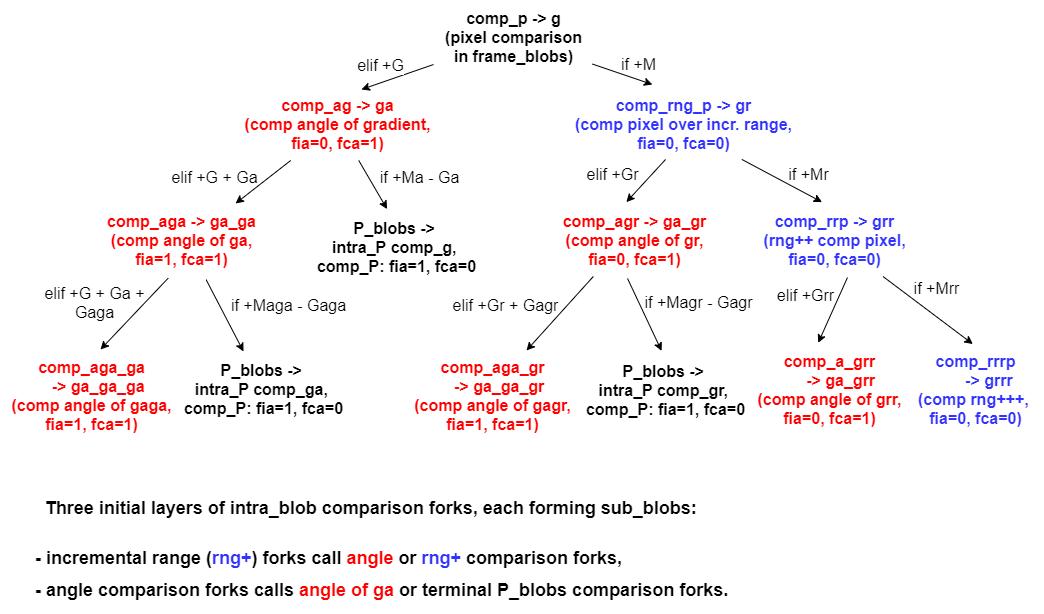
Above: frame_2D_alg/Illustrations/intra_blob_scheme.png in boris-kz/CogAlg (draw.io), before the change. Source tidied: cells renumbered, new cells last; positions are measured from the earlier drawing's top-left corner, leaving out a move shared by most shapes.
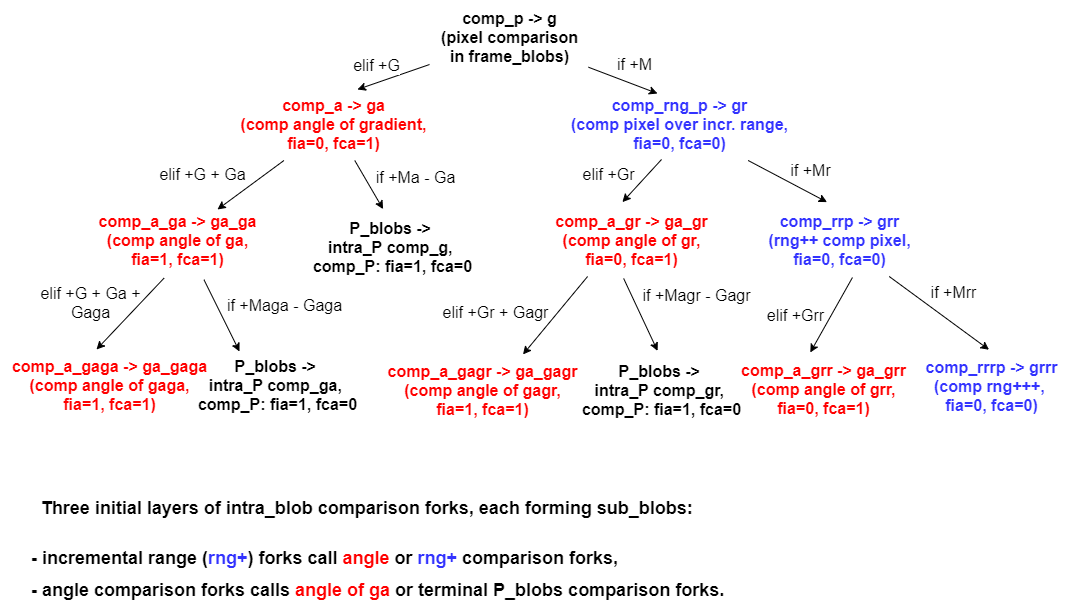
The same diagram one commit later.

What changed in the source:
```diff
@@ -13,20 +13,22 @@
         <mxPoint x="-22.6" y="-8.7" as="offset" />
       </mxGeometry>
     </mxCell>
-    <mxCell id="5" style="endArrow=classic;html=1;entryX=0.372;entryY=-0.041;entryDx=0;entryDy=0;entryPerimeter=0;strokeWidth=1;fontSize=16;fontColor=#000000;spacing=6;" parent="1" edge="1" source="2" target="6">
-      <mxGeometry relative="1" as="geometry" />
+    <mxCell id="5" style="endArrow=classic;html=1;strokeWidth=1;fontSize=16;fontColor=#000000;spacing=6;" parent="1" edge="1" source="2">
+      <mxGeometry relative="1" as="geometry">
+        <mxPoint x="661" y="93" as="targetPoint" />
+      </mxGeometry>
     </mxCell>
     <mxCell id="6" value="&lt;font style=&quot;font-size: 16px&quot;&gt;&lt;b style=&quot;font-size: 16px&quot;&gt;&lt;span style=&quot;font-size: 16px ; background-color: rgb(255 , 255 , 255)&quot;&gt;&lt;font color=&quot;#3333ff&quot;&gt;comp_rng_p -&amp;gt; gr&lt;br style=&quot;font-size: 16px&quot;&gt;(comp pixel over incr. range,&lt;br&gt;fia=0, fca=0)&lt;/font&gt;&lt;/span&gt;&lt;br style=&quot;font-size: 16px&quot;&gt;&lt;/b&gt;&lt;/font&gt;" style="text;html=1;align=center;verticalAlign=middle;points=[];strokeWidth=1;fontSize=16;fontColor=#000000;spacing=6;" parent="1" vertex="1">
       <mxGeometry x="563" y="87" width="239" height="73" as="geometry" />
     </mxCell>
-    <mxCell id="7" value="&lt;b style=&quot;font-size: 16px&quot;&gt;&lt;font style=&quot;font-size: 16px&quot;&gt;&lt;span style=&quot;font-size: 16px ; background-color: rgb(255 , 255 , 255)&quot;&gt;&lt;font color=&quot;#ff0000&quot;&gt;comp_ag -&amp;gt; ga&lt;br style=&quot;font-size: 16px&quot;&gt;(comp angle of gradient,&lt;br&gt;fia=0, fca=1)&lt;/font&gt;&lt;/span&gt;&lt;br style=&quot;font-size: 16px&quot;&gt;&lt;/font&gt;&lt;/b&gt;" style="text;html=1;align=center;verticalAlign=middle;points=[];strokeWidth=1;fontSize=16;fontColor=#000000;spacing=6;" parent="1" vertex="1">
+    <mxCell id="7" value="&lt;b style=&quot;font-size: 16px&quot;&gt;&lt;font style=&quot;font-size: 16px&quot;&gt;&lt;span style=&quot;font-size: 16px ; background-color: rgb(255 , 255 , 255)&quot;&gt;&lt;font color=&quot;#ff0000&quot;&gt;comp_a -&amp;gt; ga&lt;br style=&quot;font-size: 16px&quot;&gt;(comp angle of gradient,&lt;br&gt;fia=0, fca=1)&lt;/font&gt;&lt;/span&gt;&lt;br style=&quot;font-size: 16px&quot;&gt;&lt;/font&gt;&lt;/b&gt;" style="text;html=1;align=center;verticalAlign=middle;points=[];strokeWidth=1;fontSize=16;fontColor=#000000;spacing=6;" parent="1" vertex="1">
       <mxGeometry x="233" y="87" width="208" height="73" as="geometry" />
     </mxCell>
-    <mxCell id="8" style="endArrow=classic;html=1;strokeWidth=1;fontSize=16;fontColor=#000000;spacing=6;entryX=0.819;entryY=0;entryDx=0;entryDy=0;entryPerimeter=0;" parent="1" edge="1" source="7" target="9">
+    <mxCell id="8" style="endArrow=classic;html=1;strokeWidth=1;fontSize=16;fontColor=#000000;spacing=6;entryX=0.722;entryY=0.082;entryDx=0;entryDy=0;entryPerimeter=0;" parent="1" edge="1" source="7" target="9">
       <mxGeometry relative="1" as="geometry" />
     </mxCell>
-    <mxCell id="9" value="&lt;b style=&quot;font-size: 16px&quot;&gt;&lt;font style=&quot;font-size: 16px&quot;&gt;&lt;span style=&quot;font-size: 16px ; background-color: rgb(255 , 255 , 255)&quot;&gt;&lt;font color=&quot;#ff0000&quot;&gt;comp_aga -&amp;gt; ga_ga&lt;br style=&quot;font-size: 16px&quot;&gt;(comp angle of ga,&lt;br&gt;fia=1, fca=1)&lt;/font&gt;&lt;/span&gt;&lt;br style=&quot;font-size: 16px&quot;&gt;&lt;/font&gt;&lt;/b&gt;" style="text;html=1;align=center;verticalAlign=middle;points=[];strokeWidth=1;fontSize=16;fontColor=#000000;spacing=6;" parent="1" vertex="1">
-      <mxGeometry x="95" y="203" width="171" height="73" as="geometry" />
+    <mxCell id="9" value="&lt;b style=&quot;font-size: 16px&quot;&gt;&lt;font style=&quot;font-size: 16px&quot;&gt;&lt;span style=&quot;font-size: 16px ; background-color: rgb(255 , 255 , 255)&quot;&gt;&lt;font color=&quot;#ff0000&quot;&gt;comp_a_ga -&amp;gt; ga_ga&lt;br style=&quot;font-size: 16px&quot;&gt;(comp angle of ga,&lt;br&gt;fia=1, fca=1)&lt;/font&gt;&lt;/span&gt;&lt;br style=&quot;font-size: 16px&quot;&gt;&lt;/font&gt;&lt;/b&gt;" style="text;html=1;align=center;verticalAlign=middle;points=[];strokeWidth=1;fontSize=16;fontColor=#000000;spacing=6;" parent="1" vertex="1">
+      <mxGeometry x="91" y="203" width="180" height="73" as="geometry" />
     </mxCell>
     <mxCell id="10" style="endArrow=classic;html=1;strokeWidth=1;fontSize=16;fontColor=#000000;spacing=6;entryX=0.448;entryY=-0.019;entryDx=0;entryDy=0;entryPerimeter=0;" parent="1" edge="1" source="7" target="11">
       <mxGeometry relative="1" as="geometry" />
@@ -37,22 +39,22 @@
     <mxCell id="12" style="endArrow=classic;html=1;strokeWidth=1;fontSize=16;fontColor=#000000;spacing=6;entryX=0.451;entryY=-0.019;entryDx=0;entryDy=0;entryPerimeter=0;exitX=0.427;exitY=0.986;exitDx=0;exitDy=0;exitPerimeter=0;" parent="1" edge="1" source="6" target="13">
       <mxGeometry relative="1" as="geometry" />
     </mxCell>
-    <mxCell id="13" value="&lt;b style=&quot;font-size: 16px&quot;&gt;&lt;font style=&quot;font-size: 16px&quot;&gt;&lt;span style=&quot;font-size: 16px ; background-color: rgb(255 , 255 , 255)&quot;&gt;&lt;font color=&quot;#ff0000&quot;&gt;comp_agr -&amp;gt; ga_gr&lt;br style=&quot;font-size: 16px&quot;&gt;(comp angle of gr,&lt;br&gt;fia=0, fca=1)&lt;/font&gt;&lt;/span&gt;&lt;br style=&quot;font-size: 16px&quot;&gt;&lt;/font&gt;&lt;/b&gt;" style="text;html=1;align=center;verticalAlign=middle;points=[];strokeWidth=1;fontSize=16;fontColor=#000000;spacing=6;" parent="1" vertex="1">
-      <mxGeometry x="551" y="203" width="166" height="73" as="geometry" />
+    <mxCell id="13" value="&lt;b style=&quot;font-size: 16px&quot;&gt;&lt;font style=&quot;font-size: 16px&quot;&gt;&lt;span style=&quot;font-size: 16px ; background-color: rgb(255 , 255 , 255)&quot;&gt;&lt;font color=&quot;#ff0000&quot;&gt;comp_a_gr -&amp;gt; ga_gr&lt;br style=&quot;font-size: 16px&quot;&gt;(comp angle of gr,&lt;br&gt;fia=0, fca=1)&lt;/font&gt;&lt;/span&gt;&lt;br style=&quot;font-size: 16px&quot;&gt;&lt;/font&gt;&lt;/b&gt;" style="text;html=1;align=center;verticalAlign=middle;points=[];strokeWidth=1;fontSize=16;fontColor=#000000;spacing=6;" parent="1" vertex="1">
+      <mxGeometry x="547" y="203" width="175" height="73" as="geometry" />
     </mxCell>
-    <mxCell id="14" style="endArrow=classic;html=1;strokeWidth=1;fontSize=16;fontColor=#000000;spacing=6;entryX=0.424;entryY=-0.019;entryDx=0;entryDy=0;entryPerimeter=0;exitX=0.746;exitY=0.985;exitDx=0;exitDy=0;exitPerimeter=0;" parent="1" edge="1" source="6" target="15">
+    <mxCell id="14" style="endArrow=classic;html=1;strokeWidth=1;fontSize=16;fontColor=#000000;spacing=6;entryX=0.424;entryY=-0.019;entryDx=0;entryDy=0;entryPerimeter=0;" parent="1" edge="1" source="6" target="15">
       <mxGeometry relative="1" as="geometry" />
     </mxCell>
     <mxCell id="15" value="&lt;font style=&quot;font-size: 16px&quot;&gt;&lt;b style=&quot;font-size: 16px&quot;&gt;&lt;span style=&quot;font-size: 16px ; background-color: rgb(255 , 255 , 255)&quot;&gt;&lt;font color=&quot;#3333ff&quot;&gt;comp_rrp -&amp;gt; grr&lt;br style=&quot;font-size: 16px&quot;&gt;(&lt;/font&gt;&lt;/span&gt;&lt;/b&gt;&lt;b&gt;&lt;span style=&quot;background-color: rgb(255 , 255 , 255)&quot;&gt;&lt;font color=&quot;#3333ff&quot;&gt;rng++ comp&amp;nbsp;&lt;/font&gt;&lt;/span&gt;&lt;/b&gt;&lt;b style=&quot;font-size: 16px&quot;&gt;&lt;span style=&quot;font-size: 16px ; background-color: rgb(255 , 255 , 255)&quot;&gt;&lt;font color=&quot;#3333ff&quot;&gt;pixel,&lt;br&gt;fia=0, fca=0)&lt;/font&gt;&lt;/span&gt;&lt;br style=&quot;font-size: 16px&quot;&gt;&lt;/b&gt;&lt;/font&gt;" style="text;html=1;align=center;verticalAlign=middle;points=[];strokeWidth=1;fontSize=16;fontColor=#000000;spacing=6;" parent="1" vertex="1">
-      <mxGeometry x="752" y="203" width="164" height="73" as="geometry" />
+      <mxGeometry x="761" y="203" width="164" height="73" as="geometry" />
     </mxCell>
     <mxCell id="16" style="endArrow=classic;html=1;strokeWidth=1;fontSize=16;fontColor=#000000;spacing=6;exitX=0.425;exitY=1.023;exitDx=0;exitDy=0;exitPerimeter=0;" parent="1" edge="1" source="9">
       <mxGeometry relative="1" as="geometry">
         <mxPoint x="100" y="349" as="targetPoint" />
       </mxGeometry>
     </mxCell>
-    <mxCell id="17" value="&lt;b style=&quot;font-size: 16px&quot;&gt;&lt;font style=&quot;font-size: 16px&quot;&gt;&lt;span style=&quot;font-size: 16px ; background-color: rgb(255 , 255 , 255)&quot;&gt;&lt;font color=&quot;#ff0000&quot;&gt;comp_aga_ga&lt;br&gt;&amp;nbsp; &amp;nbsp;-&amp;gt; ga_ga_ga&lt;br style=&quot;font-size: 16px&quot;&gt;(comp angle of gaga,&lt;br&gt;fia=1, fca=1)&lt;/font&gt;&lt;/span&gt;&lt;br style=&quot;font-size: 16px&quot;&gt;&lt;/font&gt;&lt;/b&gt;" style="text;html=1;align=center;verticalAlign=middle;fontSize=16;fontColor=#000000;spacing=6;spacingTop=0;" parent="1" vertex="1">
-      <mxGeometry y="348.8" width="182" height="92" as="geometry" />
+    <mxCell id="17" value="&lt;b style=&quot;font-size: 16px&quot;&gt;&lt;font style=&quot;font-size: 16px&quot;&gt;&lt;span style=&quot;font-size: 16px ; background-color: rgb(255 , 255 , 255)&quot;&gt;&lt;font color=&quot;#ff0000&quot;&gt;comp_a_gaga&amp;nbsp;-&amp;gt; ga_gaga&lt;br style=&quot;font-size: 16px&quot;&gt;(comp angle of gaga,&lt;br&gt;fia=1, fca=1)&lt;/font&gt;&lt;/span&gt;&lt;br style=&quot;font-size: 16px&quot;&gt;&lt;/font&gt;&lt;/b&gt;" style="text;html=1;align=center;verticalAlign=middle;fontSize=16;fontColor=#000000;spacing=6;spacingTop=0;" parent="1" vertex="1">
+      <mxGeometry x="4" y="348.8" width="217" height="73" as="geometry" />
     </mxCell>
     <mxCell id="18" style="endArrow=classic;html=1;strokeWidth=1;fontSize=16;fontColor=#000000;spacing=6;exitX=0.647;exitY=1.044;exitDx=0;exitDy=0;exitPerimeter=0;" parent="1" edge="1" source="9">
       <mxGeometry relative="1" as="geometry">
@@ -60,7 +62,7 @@
       </mxGeometry>
     </mxCell>
     <mxCell id="19" value="&lt;b&gt;&lt;span style=&quot;background-color: rgb(255 , 255 , 255)&quot;&gt;P_blobs -&amp;gt;&amp;nbsp;&lt;br&gt;&lt;/span&gt;&lt;/b&gt;&lt;b&gt;&lt;span style=&quot;background-color: rgb(255 , 255 , 255)&quot;&gt;intra_P&amp;nbsp;&lt;/span&gt;&lt;/b&gt;&lt;b&gt;&lt;span style=&quot;background-color: rgb(255 , 255 , 255)&quot;&gt;comp_ga,&amp;nbsp;&lt;br&gt;comp_P&lt;/span&gt;&lt;/b&gt;&lt;b&gt;&lt;span style=&quot;background-color: rgb(255 , 255 , 255)&quot;&gt;: fia=1, fca=0&lt;/span&gt;&lt;/b&gt;&lt;b style=&quot;font-size: 16px&quot;&gt;&lt;font style=&quot;font-size: 16px&quot;&gt;&lt;br style=&quot;font-size: 16px&quot;&gt;&lt;/font&gt;&lt;/b&gt;" style="text;html=1;align=center;verticalAlign=middle;strokeWidth=1;fontSize=16;fontColor=#000000;spacing=6;spacingTop=0;" parent="1" vertex="1">
-      <mxGeometry x="172" y="352.5" width="181" height="73" as="geometry" />
+      <mxGeometry x="190" y="348.8" width="181" height="73" as="geometry" />
     </mxCell>
     <mxCell id="20" style="endArrow=classic;html=1;strokeWidth=1;fontSize=16;fontColor=#000000;spacing=6;exitX=0.252;exitY=1;exitDx=0;exitDy=0;exitPerimeter=0;entryX=0.691;entryY=0.013;entryDx=0;entryDy=0;entryPerimeter=0;" parent="1" edge="1" source="13" target="24">
       <mxGeometry relative="1" as="geometry" />
@@ -74,17 +76,17 @@
     <mxCell id="23" style="endArrow=classic;html=1;strokeWidth=1;fontSize=16;fontColor=#000000;spacing=6;entryX=0.432;entryY=-0.007;entryDx=0;entryDy=0;entryPerimeter=0;exitX=0.579;exitY=1.014;exitDx=0;exitDy=0;exitPerimeter=0;" parent="1" edge="1" source="15" target="26">
       <mxGeometry relative="1" as="geometry" />
     </mxCell>
-    <mxCell id="24" value="&lt;b style=&quot;font-size: 16px&quot;&gt;&lt;font style=&quot;font-size: 16px&quot;&gt;&lt;span style=&quot;font-size: 16px ; background-color: rgb(255 , 255 , 255)&quot;&gt;&lt;font color=&quot;#ff0000&quot;&gt;comp_aga_gr&lt;br&gt;&amp;nbsp; &amp;nbsp;-&amp;gt;&amp;nbsp;ga_ga_gr&lt;br style=&quot;font-size: 16px&quot;&gt;(comp angle of gagr,&lt;br&gt;fia=1, fca=1)&lt;/font&gt;&lt;/span&gt;&lt;br style=&quot;font-size: 16px&quot;&gt;&lt;/font&gt;&lt;/b&gt;" style="text;html=1;align=center;verticalAlign=middle;points=[];strokeWidth=1;fontSize=16;fontColor=#000000;spacing=6;spacingTop=0;" parent="1" vertex="1">
-      <mxGeometry x="403" y="348.8" width="178" height="92" as="geometry" />
+    <mxCell id="24" value="&lt;b style=&quot;font-size: 16px&quot;&gt;&lt;font style=&quot;font-size: 16px&quot;&gt;&lt;span style=&quot;font-size: 16px ; background-color: rgb(255 , 255 , 255)&quot;&gt;&lt;font color=&quot;#ff0000&quot;&gt;comp_a_gagr&amp;nbsp;-&amp;gt;&amp;nbsp;ga_gagr&lt;br style=&quot;font-size: 16px&quot;&gt;(comp angle of gagr,&lt;br&gt;fia=1, fca=1)&lt;/font&gt;&lt;/span&gt;&lt;br style=&quot;font-size: 16px&quot;&gt;&lt;/font&gt;&lt;/b&gt;" style="text;html=1;align=center;verticalAlign=middle;points=[];strokeWidth=1;fontSize=16;fontColor=#000000;spacing=6;spacingTop=0;" parent="1" vertex="1">
+      <mxGeometry x="380" y="353" width="212" height="73" as="geometry" />
     </mxCell>
     <mxCell id="25" value="&lt;b&gt;&lt;span style=&quot;background-color: rgb(255 , 255 , 255)&quot;&gt;P_blobs -&amp;gt;&amp;nbsp;&lt;br&gt;&lt;/span&gt;&lt;/b&gt;&lt;b&gt;&lt;span style=&quot;background-color: rgb(255 , 255 , 255)&quot;&gt;intra_P&amp;nbsp;&lt;/span&gt;&lt;/b&gt;&lt;b&gt;&lt;span style=&quot;background-color: rgb(255 , 255 , 255)&quot;&gt;comp_gr,&amp;nbsp;&lt;br&gt;comp_P&lt;/span&gt;&lt;/b&gt;&lt;b&gt;&lt;span style=&quot;background-color: rgb(255 , 255 , 255)&quot;&gt;: fia=1, fca=0&lt;/span&gt;&lt;/b&gt;&lt;b style=&quot;font-size: 16px&quot;&gt;&lt;font style=&quot;font-size: 16px&quot;&gt;&lt;br style=&quot;font-size: 16px&quot;&gt;&lt;/font&gt;&lt;/b&gt;" style="text;html=1;align=center;verticalAlign=middle;points=[];strokeWidth=1;fontSize=16;fontColor=#000000;spacing=6;" parent="1" vertex="1">
       <mxGeometry x="574" y="353" width="181" height="73" as="geometry" />
     </mxCell>
-    <mxCell id="26" value="&lt;b style=&quot;font-size: 16px&quot;&gt;&lt;font style=&quot;font-size: 16px&quot;&gt;&lt;span style=&quot;font-size: 16px ; background-color: rgb(255 , 255 , 255)&quot;&gt;&lt;font color=&quot;#ff0000&quot;&gt;comp_a_grr&lt;br&gt;&amp;nbsp; &amp;nbsp; &amp;nbsp;-&amp;gt; ga_grr&lt;br style=&quot;font-size: 16px&quot;&gt;(comp angle of grr,&lt;br&gt;fia=0, fca=1)&lt;/font&gt;&lt;/span&gt;&lt;br style=&quot;font-size: 16px&quot;&gt;&lt;/font&gt;&lt;/b&gt;" style="text;html=1;align=center;verticalAlign=middle;points=[];strokeWidth=1;fontSize=16;fontColor=#000000;spacing=6;spacingTop=0;" parent="1" vertex="1">
-      <mxGeometry x="746" y="343" width="166" height="92" as="geometry" />
+    <mxCell id="26" value="&lt;b style=&quot;font-size: 16px&quot;&gt;&lt;font style=&quot;font-size: 16px&quot;&gt;&lt;span style=&quot;font-size: 16px ; background-color: rgb(255 , 255 , 255)&quot;&gt;&lt;font color=&quot;#ff0000&quot;&gt;comp_a_grr&amp;nbsp;-&amp;gt; ga_grr&lt;br style=&quot;font-size: 16px&quot;&gt;(comp angle of grr,&lt;br&gt;fia=0, fca=1)&lt;/font&gt;&lt;/span&gt;&lt;br style=&quot;font-size: 16px&quot;&gt;&lt;/font&gt;&lt;/b&gt;" style="text;html=1;align=center;verticalAlign=middle;points=[];strokeWidth=1;fontSize=16;fontColor=#000000;spacing=6;spacingTop=0;" parent="1" vertex="1">
+      <mxGeometry x="733" y="352.5" width="187" height="73" as="geometry" />
     </mxCell>
-    <mxCell id="27" value="&lt;b style=&quot;font-size: 16px&quot;&gt;&lt;font style=&quot;font-size: 16px&quot;&gt;&lt;span style=&quot;font-size: 16px ; background-color: rgb(255 , 255 , 255)&quot;&gt;&lt;font color=&quot;#3333ff&quot;&gt;comp_rrrp&lt;br&gt;&amp;nbsp; &amp;nbsp; &amp;nbsp; -&amp;gt; grrr&lt;br style=&quot;font-size: 16px&quot;&gt;(comp&amp;nbsp;&lt;/font&gt;&lt;/span&gt;&lt;/font&gt;&lt;/b&gt;&lt;b&gt;&lt;span style=&quot;background-color: rgb(255 , 255 , 255)&quot;&gt;&lt;font color=&quot;#3333ff&quot;&gt;rng+++,&lt;/font&gt;&lt;/span&gt;&lt;/b&gt;&lt;b style=&quot;font-size: 16px&quot;&gt;&lt;font style=&quot;font-size: 16px&quot;&gt;&lt;span style=&quot;font-size: 16px ; background-color: rgb(255 , 255 , 255)&quot;&gt;&lt;font color=&quot;#3333ff&quot;&gt;&amp;nbsp;&lt;br&gt;fia=0, fca=0)&lt;br style=&quot;font-size: 16px&quot;&gt;&lt;/font&gt;&lt;/span&gt;&lt;br style=&quot;font-size: 16px&quot;&gt;&lt;/font&gt;&lt;/b&gt;" style="text;html=1;align=center;verticalAlign=middle;points=[];strokeWidth=1;fontSize=16;fontColor=#000000;spacing=6;" parent="1" vertex="1">
-      <mxGeometry x="906" y="343" width="137" height="111" as="geometry" />
+    <mxCell id="27" value="&lt;b style=&quot;font-size: 16px&quot;&gt;&lt;font style=&quot;font-size: 16px&quot;&gt;&lt;span style=&quot;font-size: 16px ; background-color: rgb(255 , 255 , 255)&quot;&gt;&lt;font color=&quot;#3333ff&quot;&gt;comp_rrrp&amp;nbsp;-&amp;gt; grrr&lt;br style=&quot;font-size: 16px&quot;&gt;(comp&amp;nbsp;&lt;/font&gt;&lt;/span&gt;&lt;/font&gt;&lt;/b&gt;&lt;b&gt;&lt;span style=&quot;background-color: rgb(255 , 255 , 255)&quot;&gt;&lt;font color=&quot;#3333ff&quot;&gt;rng+++,&lt;/font&gt;&lt;/span&gt;&lt;/b&gt;&lt;b style=&quot;font-size: 16px&quot;&gt;&lt;font style=&quot;font-size: 16px&quot;&gt;&lt;span style=&quot;font-size: 16px ; background-color: rgb(255 , 255 , 255)&quot;&gt;&lt;font color=&quot;#3333ff&quot;&gt;&amp;nbsp;&lt;br&gt;fia=0, fca=0)&lt;br style=&quot;font-size: 16px&quot;&gt;&lt;/font&gt;&lt;/span&gt;&lt;br style=&quot;font-size: 16px&quot;&gt;&lt;/font&gt;&lt;/b&gt;" style="text;html=1;align=center;verticalAlign=middle;points=[];strokeWidth=1;fontSize=16;fontColor=#000000;spacing=6;" parent="1" vertex="1">
+      <mxGeometry x="918" y="348.8" width="154" height="92" as="geometry" />
     </mxCell>
     <mxCell id="28" value="&lt;p style=&quot;font-size: 18px&quot;&gt;&lt;b&gt;&lt;font style=&quot;font-size: 17px ; line-height: 180%&quot;&gt;&amp;nbsp;&lt;/font&gt;&lt;font style=&quot;line-height: 180% ; font-size: 18px&quot;&gt;&amp;nbsp;Three initial layers of intra_blob comparison forks, each forming sub_blobs:&lt;/font&gt;&lt;/b&gt;&lt;/p&gt;&lt;b style=&quot;font-size: 18px&quot;&gt;&lt;font style=&quot;line-height: 180% ; font-size: 18px&quot;&gt;- incremental range (&lt;font color=&quot;#3333ff&quot;&gt;rng+&lt;/font&gt;)&amp;nbsp;forks call&amp;nbsp;&lt;font style=&quot;background-color: rgb(255 , 255 , 255)&quot; color=&quot;#ff0000&quot;&gt;angle&amp;nbsp;&lt;/font&gt;or&amp;nbsp;&lt;span style=&quot;background-color: rgb(255 , 255 , 255)&quot;&gt;&lt;font color=&quot;#3333ff&quot;&gt;rng+&lt;/font&gt;&lt;/span&gt;&lt;span style=&quot;background-color: rgb(255 , 255 , 255)&quot;&gt;&lt;span&gt;&amp;nbsp;comparison forks,&lt;br&gt;&lt;/span&gt;&lt;/span&gt;- angle comparison forks calls&amp;nbsp;&lt;font color=&quot;#ff0000&quot; style=&quot;background-color: rgb(255 , 255 , 255)&quot;&gt;angle of ga&lt;/font&gt;&amp;nbsp;or terminal P_blobs comparison forks.&lt;/font&gt;&lt;/b&gt;" style="text;html=1;align=left;verticalAlign=middle;fontSize=16;fontColor=#000000;spacing=6;" parent="1" vertex="1">
       <mxGeometry x="29" y="465" width="715" height="148" as="geometry" />
@@ -93,7 +95,7 @@
       <mxGeometry x="615" y="52" width="45" height="23" as="geometry" />
     </mxCell>
     <mxCell id="30" value="elif +G + Ga" style="text;html=1;align=center;verticalAlign=middle;fontSize=16;" parent="1" vertex="1">
-      <mxGeometry x="166" y="165" width="96" height="23" as="geometry" />
+      <mxGeometry x="158" y="162" width="96" height="23" as="geometry" />
     </mxCell>
     <mxCell id="31" value="if +Ma - Ga" style="text;html=1;align=center;verticalAlign=middle;fontSize=16;" parent="1" vertex="1">
       <mxGeometry x="374" y="165" width="90" height="23" as="geometry" />
@@ -102,7 +104,7 @@
       <mxGeometry x="581" y="162" width="62" height="23" as="geometry" />
     </mxCell>
     <mxCell id="33" value="if +Mr" style="text;html=1;align=center;verticalAlign=middle;fontSize=16;" parent="1" vertex="1">
-      <mxGeometry x="783" y="162" width="50" height="23" as="geometry" />
+      <mxGeometry x="789" y="158" width="50" height="23" as="geometry" />
     </mxCell>
     <mxCell id="34" value="elif +G + Ga +&lt;br&gt;Gaga" style="text;html=1;align=center;verticalAlign=middle;fontSize=16;" parent="1" vertex="1">
       <mxGeometry x="39" y="281" width="110" height="42" as="geometry" />
@@ -111,16 +113,16 @@
       <mxGeometry x="225" y="293" width="125" height="23" as="geometry" />
     </mxCell>
     <mxCell id="36" value="elif +Gr + Gagr" style="text;html=1;align=center;verticalAlign=middle;fontSize=16;" parent="1" vertex="1">
-      <mxGeometry x="447" y="293" width="116" height="23" as="geometry" />
+      <mxGeometry x="441" y="300" width="116" height="23" as="geometry" />
     </mxCell>
     <mxCell id="37" value="if +Magr - Gagr" style="text;html=1;align=center;verticalAlign=middle;fontSize=16;" parent="1" vertex="1">
-      <mxGeometry x="639" y="290.5" width="118" height="23" as="geometry" />
+      <mxGeometry x="641" y="283" width="118" height="23" as="geometry" />
     </mxCell>
     <mxCell id="38" value="elif +Grr" style="text;html=1;align=center;verticalAlign=middle;fontSize=16;" parent="1" vertex="1">
-      <mxGeometry x="771" y="283" width="67" height="23" as="geometry" />
+      <mxGeometry x="765" y="303" width="67" height="23" as="geometry" />
     </mxCell>
     <mxCell id="39" value="if +Mrr" style="text;html=1;align=center;verticalAlign=middle;fontSize=16;" parent="1" vertex="1">
-      <mxGeometry x="908" y="276" width="56" height="23" as="geometry" />
+      <mxGeometry x="929" y="280" width="56" height="23" as="geometry" />
     </mxCell>
   </root>
 </mxGraphModel>
```
